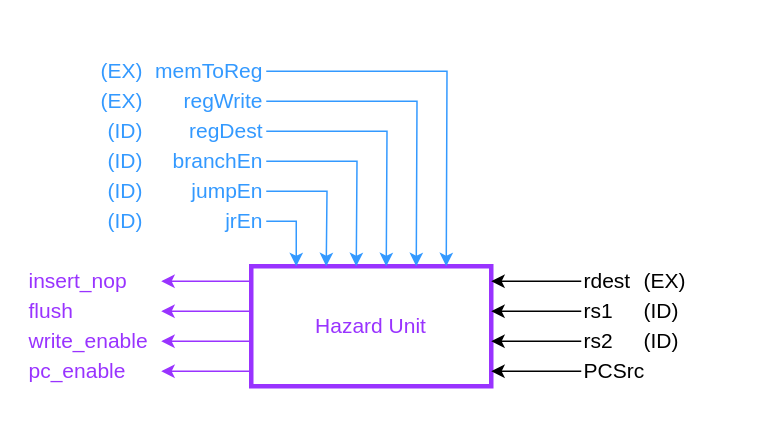
Before: page "Hazard Unit" (10 of 17) of docs/dlx_architecture.drawio in lorenzobadas/DLX, a draw.io diagram. Source tidied: cells renumbered, new cells numbered last; positions are measured from the earlier drawing's top-left corner, leaving out a move shared by most shapes. Both pictures are drawn from the tidied source at 150%, with x=0, y=0 at pixel (26, 56).
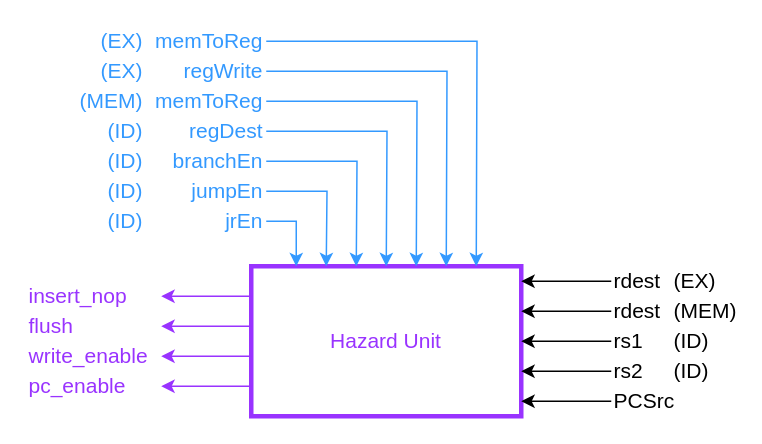
Above is the later version.

Diff of the diagram source:
```diff
@@
     <mxCell id="2" value="&lt;font style=&quot;color: rgb(153, 51, 255);&quot;&gt;Hazard Unit&lt;/font&gt;" style="rounded=0;whiteSpace=wrap;html=1;strokeColor=#9933FF;strokeWidth=3;fontSize=14;" parent="1" vertex="1">
-      <mxGeometry x="150" y="140" width="160" height="80" as="geometry" />
+      <mxGeometry x="150" y="140" width="180" height="100" as="geometry" />
     </mxCell>
     <mxCell id="3" style="edgeStyle=orthogonalEdgeStyle;rounded=0;jettySize=auto;html=1;exitX=0;exitY=0.5;exitDx=0;exitDy=0;fontSize=14;" parent="1" edge="1" source="10">
       <mxGeometry relative="1" as="geometry">
-        <mxPoint x="310" y="150" as="targetPoint" />
+        <mxPoint x="330" y="150" as="targetPoint" />
       </mxGeometry>
     </mxCell>
     <mxCell id="4" style="edgeStyle=orthogonalEdgeStyle;rounded=0;jettySize=auto;html=1;exitX=0;exitY=0.5;exitDx=0;exitDy=0;fontSize=14;" parent="1" edge="1" source="5">
       <mxGeometry relative="1" as="geometry">
-        <mxPoint x="310" y="170" as="targetPoint" />
+        <mxPoint x="330" y="190" as="targetPoint" />
       </mxGeometry>
     </mxCell>
     <mxCell id="5" value="rs1" style="text;html=1;align=left;verticalAlign=middle;whiteSpace=wrap;rounded=0;fontSize=14;fontColor=default;" parent="1" vertex="1">
-      <mxGeometry x="370" y="160" width="70" height="20" as="geometry" />
+      <mxGeometry x="390" y="180" width="70" height="20" as="geometry" />
     </mxCell>
     <mxCell id="6" style="edgeStyle=orthogonalEdgeStyle;rounded=0;jettySize=auto;html=1;exitX=0;exitY=0.5;exitDx=0;exitDy=0;fontSize=14;" parent="1" edge="1" source="7">
       <mxGeometry relative="1" as="geometry">
-        <mxPoint x="310" y="190" as="targetPoint" />
+        <mxPoint x="330" y="210" as="targetPoint" />
       </mxGeometry>
     </mxCell>
     <mxCell id="7" value="rs2" style="text;html=1;align=left;verticalAlign=middle;whiteSpace=wrap;rounded=0;fontSize=14;fontColor=default;" parent="1" vertex="1">
-      <mxGeometry x="370" y="180" width="70" height="20" as="geometry" />
+      <mxGeometry x="390" y="200" width="70" height="20" as="geometry" />
     </mxCell>
     <mxCell id="8" style="edgeStyle=orthogonalEdgeStyle;rounded=0;jettySize=auto;html=1;exitX=0;exitY=0.5;exitDx=0;exitDy=0;fontSize=14;" parent="1" edge="1" source="9">
       <mxGeometry relative="1" as="geometry">
-        <mxPoint x="310" y="210" as="targetPoint" />
+        <mxPoint x="330" y="230" as="targetPoint" />
       </mxGeometry>
     </mxCell>
     <mxCell id="9" value="PCSrc" style="text;html=1;align=left;verticalAlign=middle;whiteSpace=wrap;rounded=0;fontSize=14;fontColor=default;" parent="1" vertex="1">
-      <mxGeometry x="370" y="200" width="70" height="20" as="geometry" />
+      <mxGeometry x="390" y="220" width="70" height="20" as="geometry" />
     </mxCell>
     <mxCell id="10" value="rdest" style="text;html=1;align=left;verticalAlign=middle;whiteSpace=wrap;rounded=0;fontSize=14;fontColor=default;" parent="1" vertex="1">
-      <mxGeometry x="370" y="140" width="70" height="20" as="geometry" />
+      <mxGeometry x="390" y="140" width="70" height="20" as="geometry" />
     </mxCell>
@@
-    <mxCell id="19" style="edgeStyle=orthogonalEdgeStyle;rounded=0;jettySize=auto;html=1;exitX=1;exitY=0.5;exitDx=0;exitDy=0;strokeColor=#3399FF;fontSize=14;" parent="1" edge="1" source="20">
+    <mxCell id="19" style="edgeStyle=orthogonalEdgeStyle;rounded=0;jettySize=auto;html=1;exitX=1;exitY=0.5;exitDx=0;exitDy=0;strokeColor=#3399FF;fontSize=14;" parent="1" edge="1" source="41">
       <mxGeometry relative="1" as="geometry">
         <mxPoint x="260" y="140" as="targetPoint" />
       </mxGeometry>
     </mxCell>
     <mxCell id="20" value="&lt;font style=&quot;color: rgb(51, 153, 255);&quot;&gt;regWrite&lt;/font&gt;" style="text;html=1;align=right;verticalAlign=middle;whiteSpace=wrap;rounded=0;fontSize=14;" parent="1" vertex="1">
-      <mxGeometry x="40" y="20" width="120" height="20" as="geometry" />
+      <mxGeometry x="40" width="120" height="20" as="geometry" />
     </mxCell>
-    <mxCell id="21" style="edgeStyle=orthogonalEdgeStyle;rounded=0;jettySize=auto;html=1;exitX=1;exitY=0.5;exitDx=0;exitDy=0;strokeColor=#3399FF;fontSize=14;" parent="1" edge="1" source="22">
+    <mxCell id="21" style="edgeStyle=orthogonalEdgeStyle;rounded=0;jettySize=auto;html=1;exitX=1;exitY=0.5;exitDx=0;exitDy=0;strokeColor=#3399FF;fontSize=14;" parent="1" edge="1" source="20">
       <mxGeometry relative="1" as="geometry">
         <mxPoint x="280" y="140" as="targetPoint" />
       </mxGeometry>
     </mxCell>
+    <mxCell id="40" style="edgeStyle=orthogonalEdgeStyle;rounded=0;jettySize=auto;html=1;exitX=1;exitY=0.5;exitDx=0;exitDy=0;strokeColor=#3399FF;" parent="1" edge="1" source="22">
+      <mxGeometry relative="1" as="geometry">
+        <mxPoint x="300" y="140" as="targetPoint" />
+      </mxGeometry>
+    </mxCell>
     <mxCell id="22" value="&lt;font style=&quot;color: rgb(51, 153, 255);&quot;&gt;memToReg&lt;/font&gt;" style="text;html=1;align=right;verticalAlign=middle;whiteSpace=wrap;rounded=0;fontSize=14;" parent="1" vertex="1">
-      <mxGeometry x="40" width="120" height="20" as="geometry" />
+      <mxGeometry x="40" y="-20" width="120" height="20" as="geometry" />
     </mxCell>
@@
     <mxCell id="24" value="&lt;font style=&quot;color: rgb(51, 153, 255);&quot;&gt;(EX)&lt;/font&gt;" style="text;html=1;align=right;verticalAlign=middle;whiteSpace=wrap;rounded=0;fontSize=14;" parent="1" vertex="1">
-      <mxGeometry x="40" y="20" width="40" height="20" as="geometry" />
+      <mxGeometry x="40" y="-20" width="40" height="20" as="geometry" />
     </mxCell>
@@
     <mxCell id="29" value="&lt;font style=&quot;&quot;&gt;(EX)&lt;/font&gt;" style="text;html=1;align=left;verticalAlign=middle;whiteSpace=wrap;rounded=0;fontSize=14;fontColor=#000000;" parent="1" vertex="1">
-      <mxGeometry x="410" y="140" width="40" height="20" as="geometry" />
+      <mxGeometry x="430" y="140" width="40" height="20" as="geometry" />
     </mxCell>
     <mxCell id="30" value="&lt;font style=&quot;&quot;&gt;(ID)&lt;/font&gt;" style="text;html=1;align=left;verticalAlign=middle;whiteSpace=wrap;rounded=0;fontSize=14;fontColor=#000000;" parent="1" vertex="1">
-      <mxGeometry x="410" y="160" width="40" height="20" as="geometry" />
+      <mxGeometry x="430" y="180" width="40" height="20" as="geometry" />
     </mxCell>
     <mxCell id="31" value="&lt;font style=&quot;&quot;&gt;(ID)&lt;/font&gt;" style="text;html=1;align=left;verticalAlign=middle;whiteSpace=wrap;rounded=0;fontSize=14;fontColor=#000000;" parent="1" vertex="1">
-      <mxGeometry x="410" y="180" width="40" height="20" as="geometry" />
+      <mxGeometry x="430" y="200" width="40" height="20" as="geometry" />
     </mxCell>
     <mxCell id="32" style="rounded=0;jettySize=auto;html=1;exitX=0;exitY=0.25;exitDx=0;exitDy=0;entryX=1;entryY=0.5;entryDx=0;entryDy=0;strokeColor=#9933FF;fontSize=14;" parent="1" edge="1" target="34">
       <mxGeometry relative="1" as="geometry">
-        <mxPoint x="150" y="150" as="sourcePoint" />
+        <mxPoint x="150" y="160" as="sourcePoint" />
       </mxGeometry>
     </mxCell>
     <mxCell id="33" style="rounded=0;jettySize=auto;html=1;exitX=0;exitY=0.75;exitDx=0;exitDy=0;entryX=1;entryY=0.5;entryDx=0;entryDy=0;strokeColor=#9933FF;fontSize=14;" parent="1" edge="1" target="35">
       <mxGeometry relative="1" as="geometry">
-        <mxPoint x="150" y="170" as="sourcePoint" />
+        <mxPoint x="150" y="180" as="sourcePoint" />
       </mxGeometry>
     </mxCell>
     <mxCell id="34" value="insert_nop" style="text;html=1;align=left;verticalAlign=middle;whiteSpace=wrap;rounded=0;fontSize=14;fontColor=#9933FF;" parent="1" vertex="1">
-      <mxGeometry y="140" width="90" height="20" as="geometry" />
+      <mxGeometry y="150" width="90" height="20" as="geometry" />
     </mxCell>
     <mxCell id="35" value="flush" style="text;html=1;align=left;verticalAlign=middle;whiteSpace=wrap;rounded=0;fontSize=14;fontColor=#9933FF;" parent="1" vertex="1">
-      <mxGeometry y="160" width="90" height="20" as="geometry" />
+      <mxGeometry y="170" width="90" height="20" as="geometry" />
     </mxCell>
     <mxCell id="36" style="rounded=0;jettySize=auto;html=1;exitX=0;exitY=0.25;exitDx=0;exitDy=0;entryX=1;entryY=0.5;entryDx=0;entryDy=0;strokeColor=#9933FF;fontSize=14;" parent="1" edge="1" target="38">
       <mxGeometry relative="1" as="geometry">
-        <mxPoint x="150" y="190" as="sourcePoint" />
+        <mxPoint x="150" y="200" as="sourcePoint" />
       </mxGeometry>
     </mxCell>
     <mxCell id="37" style="rounded=0;jettySize=auto;html=1;exitX=0;exitY=0.75;exitDx=0;exitDy=0;entryX=1;entryY=0.5;entryDx=0;entryDy=0;strokeColor=#9933FF;fontSize=14;" parent="1" edge="1" target="39">
       <mxGeometry relative="1" as="geometry">
-        <mxPoint x="150" y="210" as="sourcePoint" />
+        <mxPoint x="150" y="220" as="sourcePoint" />
       </mxGeometry>
     </mxCell>
     <mxCell id="38" value="write_enable" style="text;html=1;align=left;verticalAlign=middle;whiteSpace=wrap;rounded=0;fontSize=14;fontColor=#9933FF;" parent="1" vertex="1">
-      <mxGeometry y="180" width="90" height="20" as="geometry" />
+      <mxGeometry y="190" width="90" height="20" as="geometry" />
     </mxCell>
     <mxCell id="39" value="pc_enable" style="text;html=1;align=left;verticalAlign=middle;whiteSpace=wrap;rounded=0;fontSize=14;fontColor=#9933FF;" parent="1" vertex="1">
-      <mxGeometry y="200" width="90" height="20" as="geometry" />
+      <mxGeometry y="210" width="90" height="20" as="geometry" />
     </mxCell>
+    <mxCell id="41" value="&lt;font style=&quot;color: rgb(51, 153, 255);&quot;&gt;memToReg&lt;/font&gt;" style="text;html=1;align=right;verticalAlign=middle;whiteSpace=wrap;rounded=0;fontSize=14;" parent="1" vertex="1">
+      <mxGeometry x="40" y="20" width="120" height="20" as="geometry" />
+    </mxCell>
+    <mxCell id="42" value="&lt;font style=&quot;color: rgb(51, 153, 255);&quot;&gt;(MEM)&lt;/font&gt;" style="text;html=1;align=right;verticalAlign=middle;whiteSpace=wrap;rounded=0;fontSize=14;" parent="1" vertex="1">
+      <mxGeometry x="40" y="20" width="40" height="20" as="geometry" />
+    </mxCell>
+    <mxCell id="43" style="edgeStyle=orthogonalEdgeStyle;rounded=0;jettySize=auto;html=1;exitX=0;exitY=0.5;exitDx=0;exitDy=0;fontSize=14;" parent="1" edge="1" source="44">
+      <mxGeometry relative="1" as="geometry">
+        <mxPoint x="330" y="170" as="targetPoint" />
+      </mxGeometry>
+    </mxCell>
+    <mxCell id="44" value="rdest" style="text;html=1;align=left;verticalAlign=middle;whiteSpace=wrap;rounded=0;fontSize=14;fontColor=default;" parent="1" vertex="1">
+      <mxGeometry x="390" y="160" width="70" height="20" as="geometry" />
+    </mxCell>
+    <mxCell id="45" value="&lt;font style=&quot;&quot;&gt;(MEM)&lt;/font&gt;" style="text;html=1;align=left;verticalAlign=middle;whiteSpace=wrap;rounded=0;fontSize=14;fontColor=#000000;" parent="1" vertex="1">
+      <mxGeometry x="430" y="160" width="40" height="20" as="geometry" />
+    </mxCell>
```
